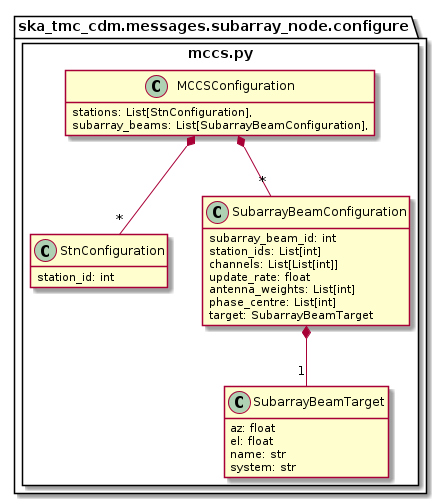
The PlantUML diagram docs/src/developer/subarraynode/mccs.png in ska-telescope/cdm-shared-library, before a commit.
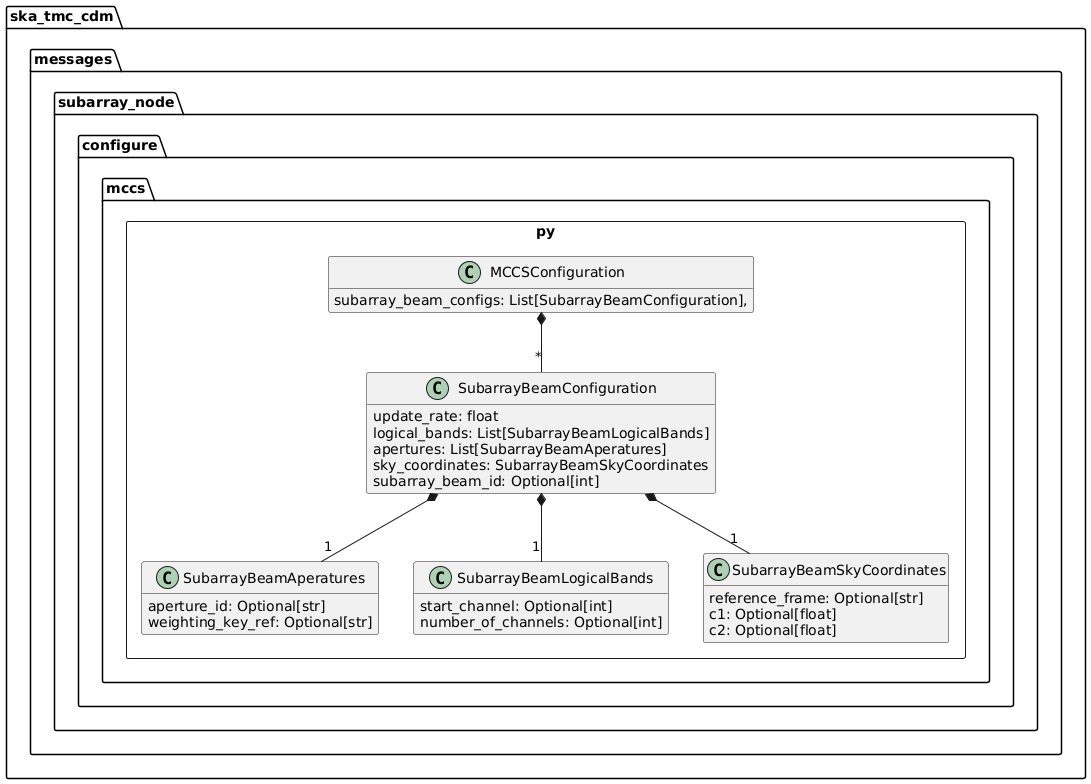
The same diagram one commit later.

The edit, as a diff of the source:
```diff
@@ -4,35 +4,37 @@
 package ska_tmc_cdm.messages.subarray_node.configure {
     package mccs.py <<Rectangle>> {
 
-        class StnConfiguration {
-            station_id: int
+
+        class SubarrayBeamAperatures {
+            aperture_id: Optional[str]
+            weighting_key_ref: Optional[str]
+        }
+        class SubarrayBeamLogicalBands {
+            start_channel: Optional[int]
+            number_of_channels: Optional[int]
+        }
+
+        class SubarrayBeamSkyCoordinates {
+            reference_frame: Optional[str]
+            c1: Optional[float]
+            c2: Optional[float]
         }
 
         class SubarrayBeamConfiguration {
-            subarray_beam_id: int
-            station_ids: List[int]
-            channels: List[List[int]]
             update_rate: float
-            antenna_weights: List[int]
-            phase_centre: List[int]
-            target: SubarrayBeamTarget
+            logical_bands: List[SubarrayBeamLogicalBands]
+            apertures: List[SubarrayBeamAperatures]
+            sky_coordinates: SubarrayBeamSkyCoordinates
+            subarray_beam_id: Optional[int]
         }
 
-        class SubarrayBeamTarget {
-             az: float
-             el: float
-             name: str
-             system: str
-          }
-        SubarrayBeamConfiguration *-- "1" SubarrayBeamTarget
-
         class MCCSConfiguration {
-            stations: List[StnConfiguration],
-            subarray_beams: List[SubarrayBeamConfiguration],
+            subarray_beam_configs: List[SubarrayBeamConfiguration],
         }
-        MCCSConfiguration *-- "*" StnConfiguration
         MCCSConfiguration *-- "*" SubarrayBeamConfiguration
+        SubarrayBeamConfiguration *-- "1" SubarrayBeamLogicalBands
+        SubarrayBeamConfiguration *-- "1" SubarrayBeamAperatures
+        SubarrayBeamConfiguration *-- "1" SubarrayBeamSkyCoordinates
     }
 }
-
 @enduml
```
